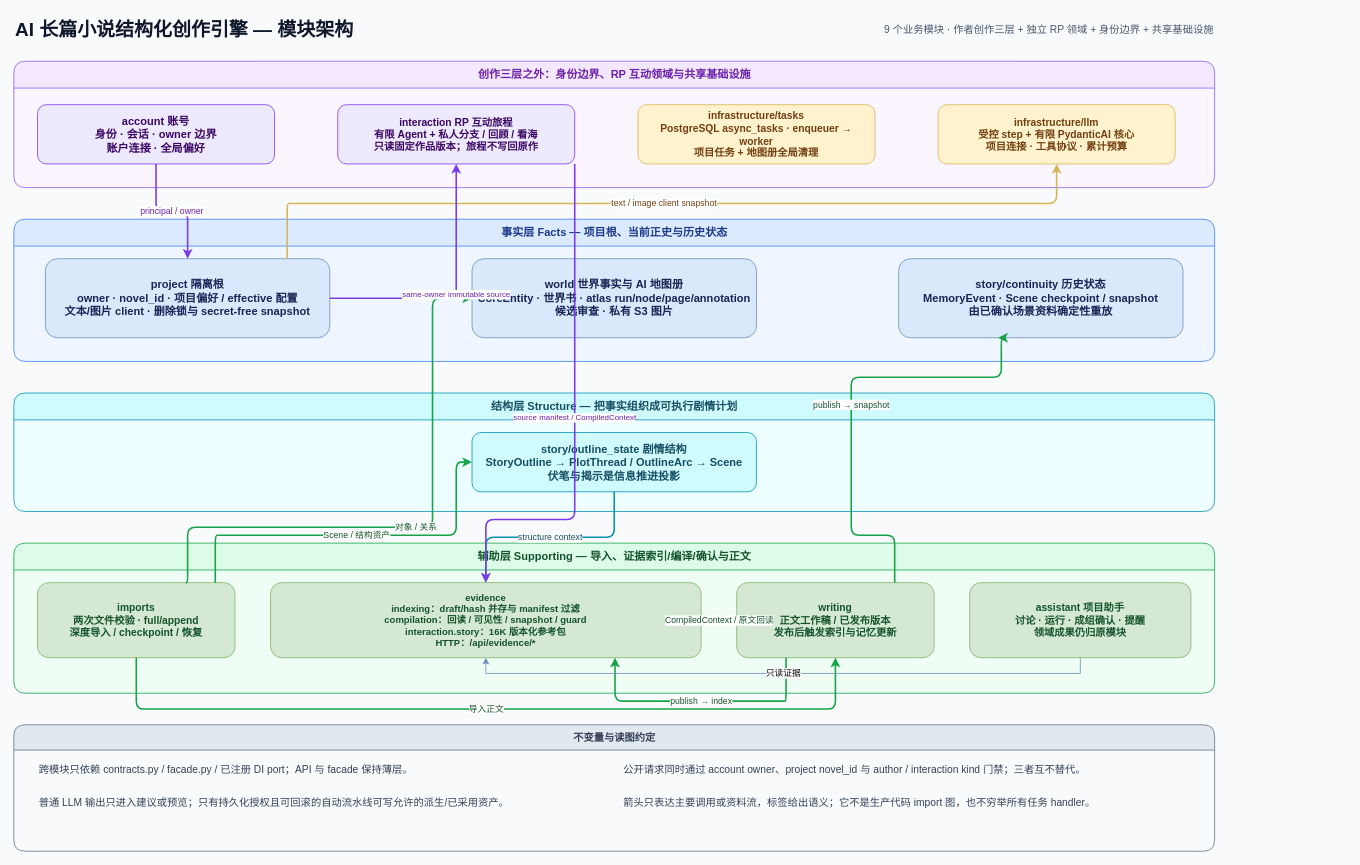
The draw.io diagram docs/architecture/module-architecture.drawio in FengHuoLinShan/ai-writing-assist, before the edit. Source tidied: cells renumbered, new cells numbered last; positions are measured from the earlier drawing's top-left corner, leaving out a move shared by most shapes. Both pictures are drawn from the tidied source at 79%, with x=0, y=0 at pixel (13, 13).
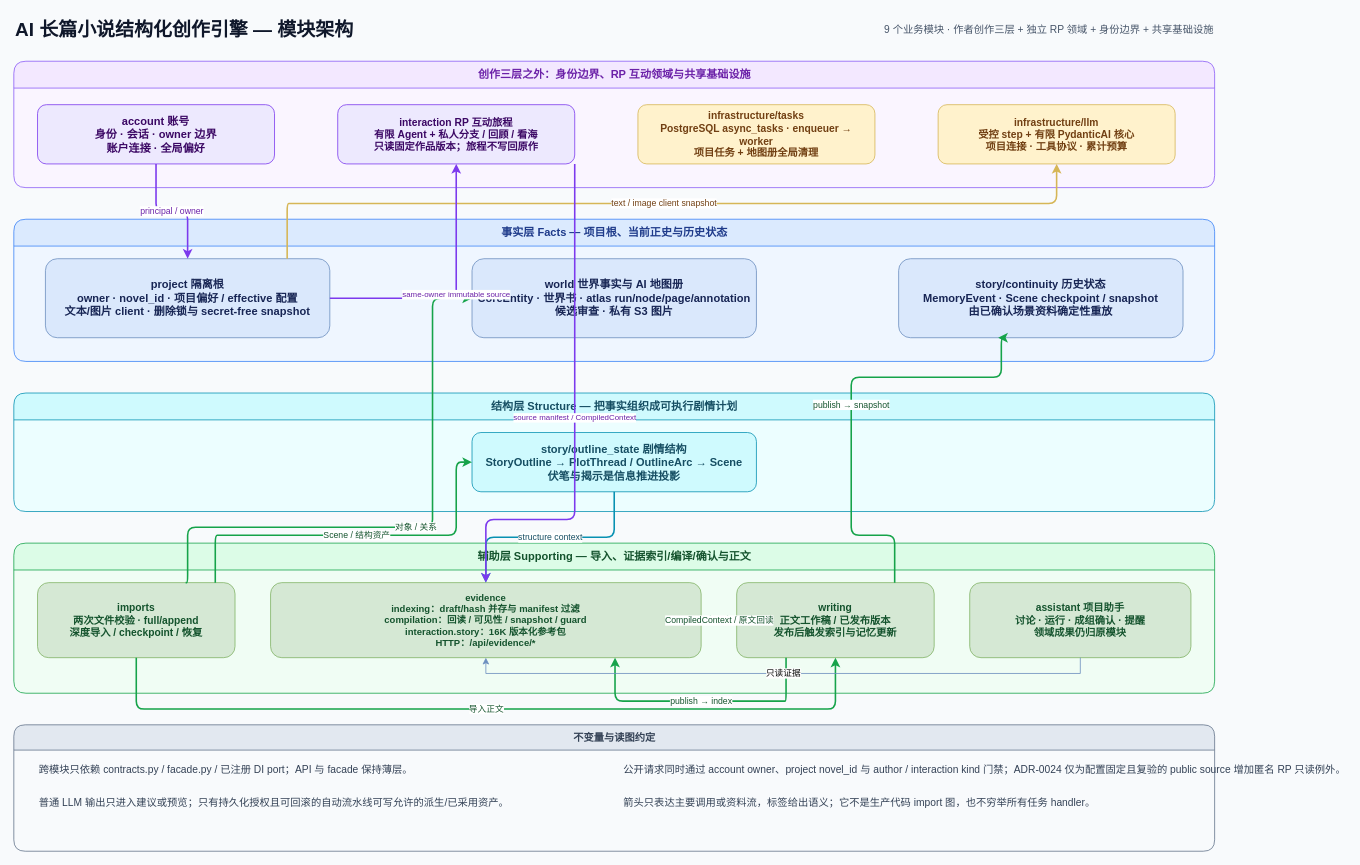
Above is the later version.

Unchanged cells that the change refers to:
```xml
<mxCell id="19" value="不变量与读图约定" style="swimlane;startSize=32;horizontal=1;rounded=1;html=1;fillColor=#e2e8f0;swimlaneFillColor=#f8fafc;strokeColor=#64748b;fontColor=#334155;fontSize=13;fontStyle=1;" parent="1" vertex="1">
  <mxGeometry y="900" width="1520" height="160" as="geometry" />
</mxCell>
```

Change to the diagram source:
```diff
@@
-    <mxCell id="21" value="公开请求同时通过 account owner、project novel_id 与 author / interaction kind 门禁；三者互不替代。" style="text;html=1;align=left;verticalAlign=middle;fontSize=13;fontColor=#334155;" parent="19" vertex="1">
+    <mxCell id="21" value="公开请求同时通过 account owner、project novel_id 与 author / interaction kind 门禁；ADR-0024 仅为配置固定且复验的 public source 增加匿名 RP 只读例外。" style="text;html=1;align=left;verticalAlign=middle;fontSize=13;fontColor=#334155;" parent="19" vertex="1">
       <mxGeometry x="770" y="42" width="710" height="30" as="geometry" />
     </mxCell>
```
